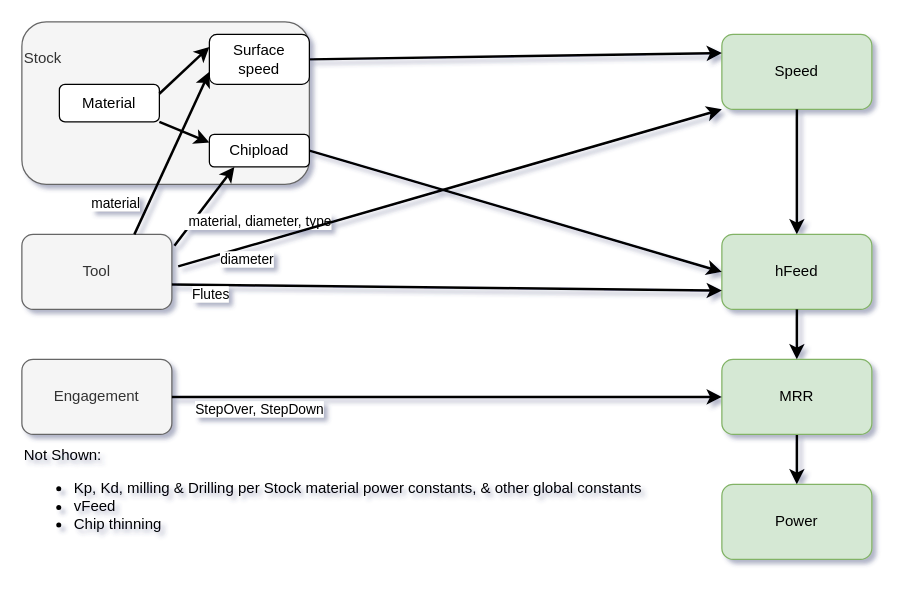
Earlier version of the draw.io diagram Calculation order summary(internal props).drawio (spanner888/misc). Source tidied: cells renumbered, new cells numbered last; positions are measured from the earlier drawing's top-left corner, leaving out a move shared by most shapes. Both pictures are drawn from the tidied source at 125%, with x=0, y=0 at pixel (21, 21).
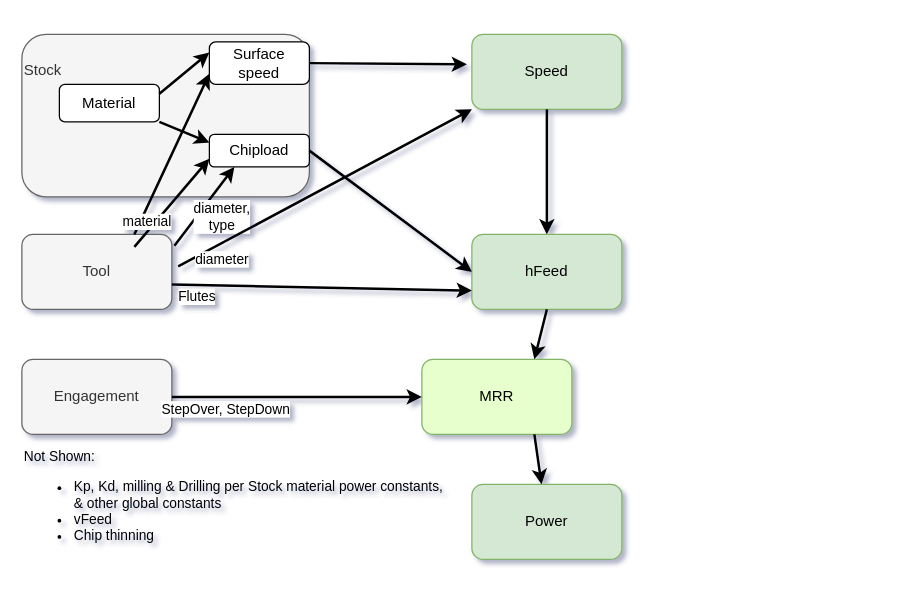
After the change.

The change refers to these unchanged cells:
```xml
<mxCell id="5" value="Tool" style="rounded=1;whiteSpace=wrap;html=1;fillColor=#f5f5f5;fontColor=#333333;strokeColor=#666666;" parent="1" vertex="1">
  <mxGeometry y="170" width="120" height="60" as="geometry" />
</mxCell>
<mxCell id="6" value="Chipload" style="rounded=1;whiteSpace=wrap;html=1;" parent="1" vertex="1">
  <mxGeometry x="150" y="90" width="80" height="26" as="geometry" />
</mxCell>
<mxCell id="8" value="Engagement" style="rounded=1;whiteSpace=wrap;html=1;fillColor=#f5f5f5;fontColor=#333333;strokeColor=#666666;" parent="1" vertex="1">
  <mxGeometry y="270" width="120" height="60" as="geometry" />
</mxCell>
```

Change to the diagram source:
```diff
@@
     <mxCell id="2" value="&lt;div align=&quot;left&quot;&gt;Stock&lt;/div&gt;&lt;div align=&quot;left&quot;&gt;&lt;br&gt;&lt;/div&gt;&lt;div align=&quot;left&quot;&gt;&lt;br&gt;&lt;/div&gt;&lt;div align=&quot;left&quot;&gt;&lt;br&gt;&lt;/div&gt;&lt;div align=&quot;left&quot;&gt;&lt;br&gt;&lt;/div&gt;&lt;div align=&quot;left&quot;&gt;&lt;br&gt;&lt;/div&gt;" style="rounded=1;whiteSpace=wrap;html=1;fillColor=#f5f5f5;fontColor=#333333;strokeColor=#666666;align=left;" parent="1" vertex="1">
-      <mxGeometry width="230" height="130" as="geometry" />
+      <mxGeometry y="10" width="230" height="130" as="geometry" />
     </mxCell>
     <mxCell id="3" value="&lt;div&gt;Surface&lt;/div&gt;&lt;div&gt;speed&lt;br&gt;&lt;/div&gt;" style="rounded=1;whiteSpace=wrap;html=1;" parent="1" vertex="1">
-      <mxGeometry x="150" y="10" width="80" height="40" as="geometry" />
+      <mxGeometry x="150" y="16" width="80" height="34" as="geometry" />
     </mxCell>
     <mxCell id="4" value="Speed" style="rounded=1;whiteSpace=wrap;html=1;fillColor=#d5e8d4;strokeColor=#82b366;" parent="1" vertex="1">
-      <mxGeometry x="560" y="10" width="120" height="60" as="geometry" />
+      <mxGeometry x="360" y="10" width="120" height="60" as="geometry" />
     </mxCell>
@@
     <mxCell id="7" value="hFeed" style="rounded=1;whiteSpace=wrap;html=1;fillColor=#d5e8d4;strokeColor=#82b366;" parent="1" vertex="1">
-      <mxGeometry x="560" y="170" width="120" height="60" as="geometry" />
+      <mxGeometry x="360" y="170" width="120" height="60" as="geometry" />
     </mxCell>
@@
     <mxCell id="9" value="Power" style="rounded=1;whiteSpace=wrap;html=1;fillColor=#d5e8d4;strokeColor=#82b366;" parent="1" vertex="1">
-      <mxGeometry x="560" y="370" width="120" height="60" as="geometry" />
+      <mxGeometry x="360" y="370" width="120" height="60" as="geometry" />
     </mxCell>
-    <mxCell id="10" style="edgeStyle=orthogonalEdgeStyle;rounded=0;jettySize=auto;html=1;strokeWidth=2;" parent="1" edge="1" source="11" target="9">
-      <mxGeometry relative="1" as="geometry" />
-    </mxCell>
-    <mxCell id="11" value="MRR" style="rounded=1;whiteSpace=wrap;html=1;fillColor=#d5e8d4;strokeColor=#82b366;" parent="1" vertex="1">
-      <mxGeometry x="560" y="270" width="120" height="60" as="geometry" />
+    <mxCell id="11" value="MRR" style="rounded=1;whiteSpace=wrap;html=1;fillColor=#E6FFCC;strokeColor=#82b366;" parent="1" vertex="1">
+      <mxGeometry x="320" y="270" width="120" height="60" as="geometry" />
     </mxCell>
     <mxCell id="12" value="StepOver, StepDown" style="endArrow=classic;html=1;rounded=0;exitX=1;exitY=0.5;exitDx=0;exitDy=0;entryX=0;entryY=0.5;entryDx=0;entryDy=0;strokeWidth=2;" parent="1" edge="1" source="8" target="11">
-      <mxGeometry x="-0.68" y="-10" relative="1" as="geometry" />
+      <mxGeometry x="-0.57" y="-10" relative="1" as="geometry" />
     </mxCell>
-    <mxCell id="13" value="&amp;nbsp;material, diameter, type" style="endArrow=classic;html=1;rounded=0;strokeWidth=2;exitX=1.017;exitY=0.153;exitDx=0;exitDy=0;exitPerimeter=0;entryX=0.25;entryY=1;entryDx=0;entryDy=0;" parent="1" edge="1" source="5" target="6">
-      <mxGeometry x="0.41" y="-42" relative="1" as="geometry" />
+    <mxCell id="13" value="&lt;div&gt;diameter,&lt;/div&gt;&lt;div&gt;type&lt;/div&gt;" style="endArrow=classic;html=1;rounded=0;strokeWidth=2;exitX=1.017;exitY=0.153;exitDx=0;exitDy=0;exitPerimeter=0;entryX=0.25;entryY=1;entryDx=0;entryDy=0;" parent="1" edge="1" source="5" target="6">
+      <mxGeometry x="0.03" y="-16" relative="1" as="geometry" />
     </mxCell>
+    <mxCell id="15" style="endArrow=classic;html=1;rounded=0;entryX=-0.033;entryY=0.4;entryDx=0;entryDy=0;strokeWidth=2;exitX=1;exitY=0.5;exitDx=0;exitDy=0;entryPerimeter=0;" parent="1" edge="1" source="3" target="4">
+      <mxGeometry relative="1" as="geometry" />
+    </mxCell>
-    <mxCell id="14" value="material" style="endArrow=classic;html=1;rounded=0;exitX=0.75;exitY=0;exitDx=0;exitDy=0;strokeWidth=2;entryX=0;entryY=0.75;entryDx=0;entryDy=0;" parent="1" edge="1" source="5" target="3">
-      <mxGeometry x="-0.76" y="24" relative="1" as="geometry" />
+    <mxCell id="14" style="endArrow=classic;html=1;rounded=0;exitX=0.75;exitY=0;exitDx=0;exitDy=0;strokeWidth=2;entryX=0;entryY=0.75;entryDx=0;entryDy=0;" parent="1" edge="1" source="5" target="3">
+      <mxGeometry x="-0.7" y="-1" relative="1" as="geometry" />
     </mxCell>
-    <mxCell id="15" style="endArrow=classic;html=1;rounded=0;entryX=0;entryY=0.25;entryDx=0;entryDy=0;strokeWidth=2;exitX=1;exitY=0.5;exitDx=0;exitDy=0;" parent="1" edge="1" source="3" target="4">
-      <mxGeometry relative="1" as="geometry" />
-    </mxCell>
@@
-    <mxCell id="18" style="endArrow=classic;html=1;rounded=0;entryX=0.5;entryY=0;entryDx=0;entryDy=0;exitX=0.5;exitY=1;exitDx=0;exitDy=0;strokeWidth=2;" parent="1" edge="1" source="7" target="11">
+    <mxCell id="18" style="endArrow=classic;html=1;rounded=0;entryX=0.75;entryY=0;entryDx=0;entryDy=0;exitX=0.5;exitY=1;exitDx=0;exitDy=0;strokeWidth=2;" parent="1" edge="1" source="7" target="11">
       <mxGeometry relative="1" as="geometry" />
     </mxCell>
     <mxCell id="19" value="Flutes" style="endArrow=classic;html=1;rounded=0;entryX=0;entryY=0.75;entryDx=0;entryDy=0;strokeWidth=2;exitX=1;exitY=0.667;exitDx=0;exitDy=0;exitPerimeter=0;" parent="1" edge="1" source="5" target="7">
-      <mxGeometry x="-0.86" y="-8" relative="1" as="geometry" />
+      <mxGeometry x="-0.83" y="-10" relative="1" as="geometry" />
     </mxCell>
     <mxCell id="20" value="diameter" style="endArrow=classic;html=1;rounded=0;entryX=0;entryY=1;entryDx=0;entryDy=0;exitX=1.042;exitY=0.427;exitDx=0;exitDy=0;strokeWidth=2;exitPerimeter=0;" parent="1" edge="1" source="5" target="4">
-      <mxGeometry x="-0.76" y="-10" relative="1" as="geometry" />
+      <mxGeometry x="-0.75" y="-12" relative="1" as="geometry">
+        <mxPoint y="-1" as="offset" />
+      </mxGeometry>
     </mxCell>
-    <mxCell id="21" value="&lt;div align=&quot;left&quot;&gt;Not Shown: &lt;br&gt;&lt;/div&gt;&lt;ul&gt;&lt;li&gt;Kp, Kd, milling &amp;amp; Drilling per Stock material power constants, &amp;amp; other global constants &lt;/li&gt;&lt;li&gt;vFeed&lt;/li&gt;&lt;li&gt;Chip thinning&lt;br&gt;&lt;/li&gt;&lt;/ul&gt;" style="text;html=1;strokeColor=none;fillColor=none;align=left;verticalAlign=middle;whiteSpace=wrap;rounded=0;" parent="1" vertex="1">
-      <mxGeometry y="330" width="540" height="100" as="geometry" />
+    <mxCell id="21" value="&lt;div style=&quot;font-size: 11px;&quot; align=&quot;left&quot;&gt;Not Shown: &lt;br style=&quot;font-size: 11px;&quot;&gt;&lt;/div&gt;&lt;ul style=&quot;font-size: 11px;&quot;&gt;&lt;li style=&quot;font-size: 11px;&quot;&gt;Kp, Kd, milling &amp;amp; Drilling per Stock material power constants, &lt;br style=&quot;font-size: 11px;&quot;&gt;&amp;amp; other global constants &lt;/li&gt;&lt;li style=&quot;font-size: 11px;&quot;&gt;vFeed&lt;/li&gt;&lt;li style=&quot;font-size: 11px;&quot;&gt;Chip thinning&lt;br style=&quot;font-size: 11px;&quot;&gt;&lt;/li&gt;&lt;/ul&gt;" style="text;html=1;strokeColor=none;fillColor=none;align=left;verticalAlign=middle;whiteSpace=wrap;rounded=0;fontSize=11;" parent="1" vertex="1">
+      <mxGeometry y="340" width="340" height="90" as="geometry" />
     </mxCell>
@@
+    <mxCell id="25" value="material" style="endArrow=classic;html=1;rounded=0;strokeWidth=2;entryX=0;entryY=0.75;entryDx=0;entryDy=0;" parent="1" edge="1" target="6">
+      <mxGeometry x="-0.53" y="5" relative="1" as="geometry">
+        <mxPoint x="90" y="180" as="sourcePoint" />
+      </mxGeometry>
+    </mxCell>
+    <mxCell id="10" style="endArrow=classic;html=1;rounded=0;fontSize=11;strokeWidth=2;exitX=0.75;exitY=1;exitDx=0;exitDy=0;" parent="1" edge="1" source="11" target="9">
+      <mxGeometry relative="1" as="geometry" />
+    </mxCell>
```
